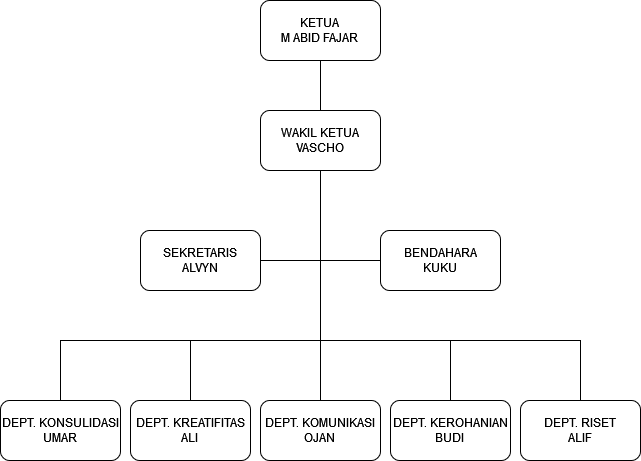
Before: struktur.png, a diagram exported from draw.io (abid313/Web-Organisasi-Kemahasiswaan). Source tidied: cells renumbered, new cells last; positions are measured from the earlier drawing's top-left corner, leaving out a move shared by most shapes. The source it was exported from:
```xml
<mxGraphModel>
  <root>
    <mxCell id="0" />
    <mxCell id="1" parent="0" />
    <mxCell id="2" style="edgeStyle=orthogonalEdgeStyle;rounded=0;jettySize=auto;html=1;exitX=0.5;exitY=1;exitDx=0;exitDy=0;entryX=0.5;entryY=0;entryDx=0;entryDy=0;strokeColor=default;endArrow=none;endFill=0;" parent="1" edge="1" source="3" target="11">
      <mxGeometry relative="1" as="geometry" />
    </mxCell>
    <mxCell id="3" value="KETUA&lt;br&gt;&lt;div&gt;M ABID FAJAR&lt;br&gt;&lt;/div&gt;" style="rounded=1;whiteSpace=wrap;html=1;" parent="1" vertex="1">
      <mxGeometry x="260" width="120" height="60" as="geometry" />
    </mxCell>
    <mxCell id="4" style="edgeStyle=orthogonalEdgeStyle;rounded=0;jettySize=auto;html=1;exitX=0.5;exitY=1;exitDx=0;exitDy=0;entryX=1;entryY=0.5;entryDx=0;entryDy=0;endArrow=none;endFill=0;strokeColor=default;" parent="1" edge="1" source="11" target="12">
      <mxGeometry relative="1" as="geometry" />
    </mxCell>
    <mxCell id="5" style="edgeStyle=orthogonalEdgeStyle;rounded=0;jettySize=auto;html=1;exitX=0.5;exitY=1;exitDx=0;exitDy=0;entryX=0;entryY=0.5;entryDx=0;entryDy=0;endArrow=none;endFill=0;strokeColor=default;" parent="1" edge="1" source="11" target="13">
      <mxGeometry relative="1" as="geometry" />
    </mxCell>
    <mxCell id="6" style="edgeStyle=orthogonalEdgeStyle;rounded=0;jettySize=auto;html=1;exitX=0.5;exitY=1;exitDx=0;exitDy=0;entryX=0.5;entryY=0;entryDx=0;entryDy=0;endArrow=none;endFill=0;strokeColor=default;" parent="1" edge="1" source="11" target="14">
      <mxGeometry relative="1" as="geometry" />
    </mxCell>
    <mxCell id="7" style="edgeStyle=orthogonalEdgeStyle;rounded=0;jettySize=auto;html=1;exitX=0.5;exitY=1;exitDx=0;exitDy=0;entryX=0.5;entryY=0;entryDx=0;entryDy=0;endArrow=none;endFill=0;strokeColor=default;" parent="1" edge="1" source="11" target="16">
      <mxGeometry relative="1" as="geometry">
        <Array as="points">
          <mxPoint x="320" y="340" />
          <mxPoint x="190" y="340" />
        </Array>
      </mxGeometry>
    </mxCell>
    <mxCell id="8" style="edgeStyle=orthogonalEdgeStyle;rounded=0;jettySize=auto;html=1;exitX=0.5;exitY=1;exitDx=0;exitDy=0;entryX=0.5;entryY=0;entryDx=0;entryDy=0;endArrow=none;endFill=0;strokeColor=default;" parent="1" edge="1" source="11" target="17">
      <mxGeometry relative="1" as="geometry">
        <Array as="points">
          <mxPoint x="320" y="340" />
          <mxPoint x="60" y="340" />
        </Array>
      </mxGeometry>
    </mxCell>
    <mxCell id="9" style="edgeStyle=orthogonalEdgeStyle;rounded=0;jettySize=auto;html=1;exitX=0.5;exitY=1;exitDx=0;exitDy=0;entryX=0.5;entryY=0;entryDx=0;entryDy=0;endArrow=none;endFill=0;strokeColor=default;" parent="1" edge="1" source="11" target="15">
      <mxGeometry relative="1" as="geometry">
        <Array as="points">
          <mxPoint x="320" y="340" />
          <mxPoint x="450" y="340" />
        </Array>
      </mxGeometry>
    </mxCell>
    <mxCell id="10" style="edgeStyle=orthogonalEdgeStyle;rounded=0;jettySize=auto;html=1;exitX=0.5;exitY=1;exitDx=0;exitDy=0;entryX=0.5;entryY=0;entryDx=0;entryDy=0;endArrow=none;endFill=0;strokeColor=default;" parent="1" edge="1" source="11" target="18">
      <mxGeometry relative="1" as="geometry">
        <Array as="points">
          <mxPoint x="320" y="340" />
          <mxPoint x="580" y="340" />
        </Array>
      </mxGeometry>
    </mxCell>
    <mxCell id="11" value="&lt;div&gt;WAKIL KETUA&lt;/div&gt;&lt;div&gt;VASCHO&lt;br&gt;&lt;/div&gt;" style="rounded=1;whiteSpace=wrap;html=1;" parent="1" vertex="1">
      <mxGeometry x="260" y="110" width="120" height="60" as="geometry" />
    </mxCell>
    <mxCell id="12" value="&lt;div&gt;SEKRETARIS&lt;/div&gt;&lt;div&gt;ALVYN&lt;br&gt;&lt;/div&gt;" style="rounded=1;whiteSpace=wrap;html=1;" parent="1" vertex="1">
      <mxGeometry x="140" y="230" width="120" height="60" as="geometry" />
    </mxCell>
    <mxCell id="13" value="&lt;div&gt;BENDAHARA&lt;/div&gt;&lt;div&gt;KUKU&lt;br&gt;&lt;/div&gt;" style="rounded=1;whiteSpace=wrap;html=1;" parent="1" vertex="1">
      <mxGeometry x="380" y="230" width="120" height="60" as="geometry" />
    </mxCell>
    <mxCell id="14" value="&lt;div&gt;DEPT. KOMUNIKASI&lt;/div&gt;&lt;div&gt;OJAN&lt;br&gt;&lt;/div&gt;" style="rounded=1;whiteSpace=wrap;html=1;" parent="1" vertex="1">
      <mxGeometry x="260" y="400" width="120" height="60" as="geometry" />
    </mxCell>
    <mxCell id="15" value="&lt;div&gt;DEPT. KEROHANIAN&lt;/div&gt;&lt;div&gt;BUDI&lt;br&gt;&lt;/div&gt;" style="rounded=1;whiteSpace=wrap;html=1;" parent="1" vertex="1">
      <mxGeometry x="390" y="400" width="120" height="60" as="geometry" />
    </mxCell>
    <mxCell id="16" value="&lt;div&gt;DEPT. KREATIFITAS&lt;/div&gt;&lt;div&gt;ALI&lt;br&gt;&lt;/div&gt;" style="rounded=1;whiteSpace=wrap;html=1;" parent="1" vertex="1">
      <mxGeometry x="130" y="400" width="120" height="60" as="geometry" />
    </mxCell>
    <mxCell id="17" value="&lt;div&gt;DEPT. KONSULIDASI&lt;/div&gt;&lt;div&gt;UMAR&lt;br&gt;&lt;/div&gt;" style="rounded=1;whiteSpace=wrap;html=1;" parent="1" vertex="1">
      <mxGeometry y="400" width="120" height="60" as="geometry" />
    </mxCell>
    <mxCell id="18" value="&lt;div&gt;DEPT. RISET&lt;/div&gt;&lt;div&gt;ALIF&lt;br&gt;&lt;/div&gt;" style="rounded=1;whiteSpace=wrap;html=1;" parent="1" vertex="1">
      <mxGeometry x="520" y="400" width="120" height="60" as="geometry" />
    </mxCell>
  </root>
</mxGraphModel>
```
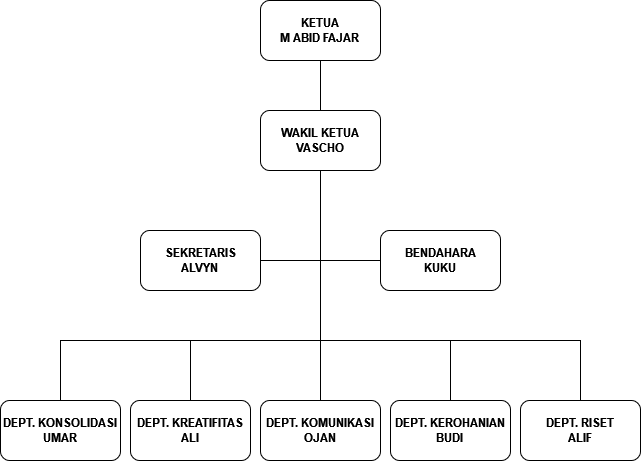
After the commit.

Commit message:
membenarkan kembali gambar struktur bem

What changed in the source:
```diff
@@ -5,7 +5,7 @@
     <mxCell id="2" style="edgeStyle=orthogonalEdgeStyle;rounded=0;jettySize=auto;html=1;exitX=0.5;exitY=1;exitDx=0;exitDy=0;entryX=0.5;entryY=0;entryDx=0;entryDy=0;strokeColor=default;endArrow=none;endFill=0;" parent="1" edge="1" source="3" target="11">
       <mxGeometry relative="1" as="geometry" />
     </mxCell>
-    <mxCell id="3" value="KETUA&lt;br&gt;&lt;div&gt;M ABID FAJAR&lt;br&gt;&lt;/div&gt;" style="rounded=1;whiteSpace=wrap;html=1;" parent="1" vertex="1">
+    <mxCell id="3" value="&lt;b&gt;KETUA&lt;br&gt;&lt;/b&gt;&lt;div&gt;&lt;b&gt;M ABID FAJAR&lt;/b&gt;&lt;br&gt;&lt;/div&gt;" style="rounded=1;whiteSpace=wrap;html=1;" parent="1" vertex="1">
       <mxGeometry x="260" width="120" height="60" as="geometry" />
     </mxCell>
     <mxCell id="4" style="edgeStyle=orthogonalEdgeStyle;rounded=0;jettySize=auto;html=1;exitX=0.5;exitY=1;exitDx=0;exitDy=0;entryX=1;entryY=0.5;entryDx=0;entryDy=0;endArrow=none;endFill=0;strokeColor=default;" parent="1" edge="1" source="11" target="12">
@@ -49,28 +49,28 @@
         </Array>
       </mxGeometry>
     </mxCell>
-    <mxCell id="11" value="&lt;div&gt;WAKIL KETUA&lt;/div&gt;&lt;div&gt;VASCHO&lt;br&gt;&lt;/div&gt;" style="rounded=1;whiteSpace=wrap;html=1;" parent="1" vertex="1">
+    <mxCell id="11" value="&lt;div&gt;&lt;b&gt;WAKIL KETUA&lt;/b&gt;&lt;/div&gt;&lt;div&gt;&lt;b&gt;VASCHO&lt;br&gt;&lt;/b&gt;&lt;/div&gt;" style="rounded=1;whiteSpace=wrap;html=1;" parent="1" vertex="1">
       <mxGeometry x="260" y="110" width="120" height="60" as="geometry" />
     </mxCell>
-    <mxCell id="12" value="&lt;div&gt;SEKRETARIS&lt;/div&gt;&lt;div&gt;ALVYN&lt;br&gt;&lt;/div&gt;" style="rounded=1;whiteSpace=wrap;html=1;" parent="1" vertex="1">
+    <mxCell id="12" value="&lt;div&gt;&lt;b&gt;SEKRETARIS&lt;/b&gt;&lt;/div&gt;&lt;div&gt;&lt;b&gt;ALVYN&lt;br&gt;&lt;/b&gt;&lt;/div&gt;" style="rounded=1;whiteSpace=wrap;html=1;" parent="1" vertex="1">
       <mxGeometry x="140" y="230" width="120" height="60" as="geometry" />
     </mxCell>
-    <mxCell id="13" value="&lt;div&gt;BENDAHARA&lt;/div&gt;&lt;div&gt;KUKU&lt;br&gt;&lt;/div&gt;" style="rounded=1;whiteSpace=wrap;html=1;" parent="1" vertex="1">
+    <mxCell id="13" value="&lt;div&gt;&lt;b&gt;BENDAHARA&lt;/b&gt;&lt;/div&gt;&lt;div&gt;&lt;b&gt;KUKU&lt;br&gt;&lt;/b&gt;&lt;/div&gt;" style="rounded=1;whiteSpace=wrap;html=1;" parent="1" vertex="1">
       <mxGeometry x="380" y="230" width="120" height="60" as="geometry" />
     </mxCell>
-    <mxCell id="14" value="&lt;div&gt;DEPT. KOMUNIKASI&lt;/div&gt;&lt;div&gt;OJAN&lt;br&gt;&lt;/div&gt;" style="rounded=1;whiteSpace=wrap;html=1;" parent="1" vertex="1">
+    <mxCell id="14" value="&lt;div&gt;&lt;b&gt;DEPT. KOMUNIKASI&lt;/b&gt;&lt;/div&gt;&lt;div&gt;&lt;b&gt;OJAN&lt;br&gt;&lt;/b&gt;&lt;/div&gt;" style="rounded=1;whiteSpace=wrap;html=1;" parent="1" vertex="1">
       <mxGeometry x="260" y="400" width="120" height="60" as="geometry" />
     </mxCell>
-    <mxCell id="15" value="&lt;div&gt;DEPT. KEROHANIAN&lt;/div&gt;&lt;div&gt;BUDI&lt;br&gt;&lt;/div&gt;" style="rounded=1;whiteSpace=wrap;html=1;" parent="1" vertex="1">
+    <mxCell id="15" value="&lt;div&gt;&lt;b&gt;DEPT. KEROHANIAN&lt;/b&gt;&lt;/div&gt;&lt;div&gt;&lt;b&gt;BUDI&lt;br&gt;&lt;/b&gt;&lt;/div&gt;" style="rounded=1;whiteSpace=wrap;html=1;" parent="1" vertex="1">
       <mxGeometry x="390" y="400" width="120" height="60" as="geometry" />
     </mxCell>
-    <mxCell id="16" value="&lt;div&gt;DEPT. KREATIFITAS&lt;/div&gt;&lt;div&gt;ALI&lt;br&gt;&lt;/div&gt;" style="rounded=1;whiteSpace=wrap;html=1;" parent="1" vertex="1">
+    <mxCell id="16" value="&lt;div&gt;&lt;b&gt;DEPT. KREATIFITAS&lt;/b&gt;&lt;/div&gt;&lt;div&gt;&lt;b&gt;ALI&lt;br&gt;&lt;/b&gt;&lt;/div&gt;" style="rounded=1;whiteSpace=wrap;html=1;" parent="1" vertex="1">
       <mxGeometry x="130" y="400" width="120" height="60" as="geometry" />
     </mxCell>
-    <mxCell id="17" value="&lt;div&gt;DEPT. KONSULIDASI&lt;/div&gt;&lt;div&gt;UMAR&lt;br&gt;&lt;/div&gt;" style="rounded=1;whiteSpace=wrap;html=1;" parent="1" vertex="1">
+    <mxCell id="17" value="&lt;div&gt;&lt;b&gt;DEPT. KONSOLIDASI&lt;/b&gt;&lt;/div&gt;&lt;div&gt;&lt;b&gt;UMAR&lt;br&gt;&lt;/b&gt;&lt;/div&gt;" style="rounded=1;whiteSpace=wrap;html=1;" parent="1" vertex="1">
       <mxGeometry y="400" width="120" height="60" as="geometry" />
     </mxCell>
-    <mxCell id="18" value="&lt;div&gt;DEPT. RISET&lt;/div&gt;&lt;div&gt;ALIF&lt;br&gt;&lt;/div&gt;" style="rounded=1;whiteSpace=wrap;html=1;" parent="1" vertex="1">
+    <mxCell id="18" value="&lt;div&gt;&lt;b&gt;DEPT. RISET&lt;/b&gt;&lt;/div&gt;&lt;div&gt;&lt;b&gt;ALIF&lt;br&gt;&lt;/b&gt;&lt;/div&gt;" style="rounded=1;whiteSpace=wrap;html=1;" parent="1" vertex="1">
       <mxGeometry x="520" y="400" width="120" height="60" as="geometry" />
     </mxCell>
   </root>
```
